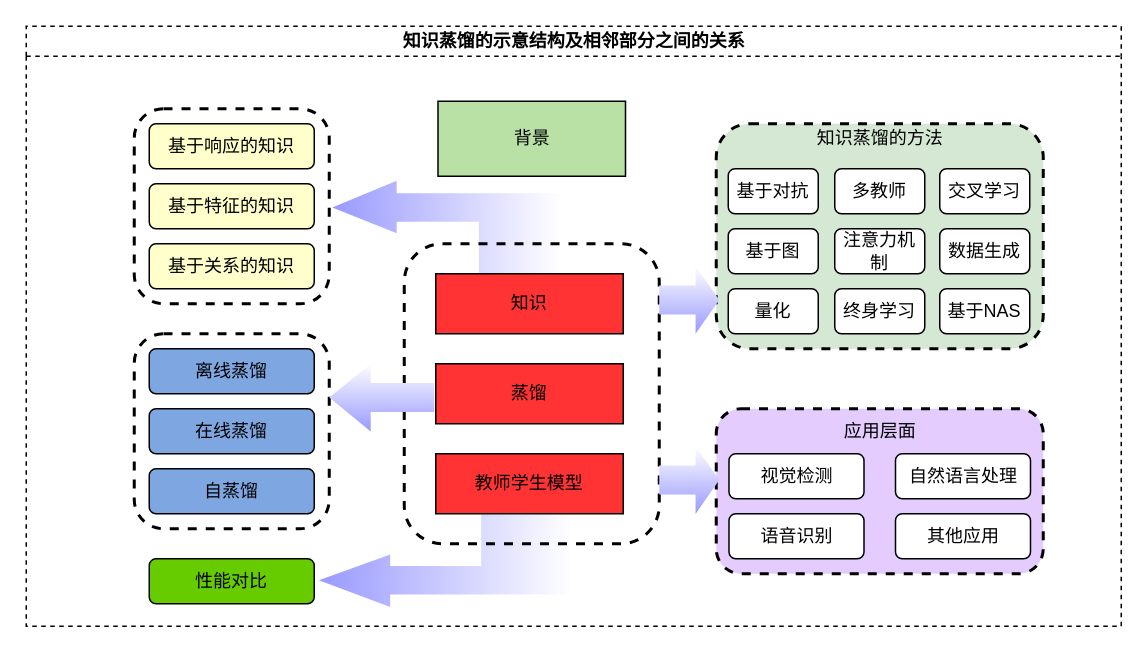
This is KD.drawio from Noeverer/Mindmap, a draw.io file, before an edit. Source tidied: cells renumbered, new cells numbered last; positions are measured from the earlier drawing's top-left corner, leaving out a move shared by most shapes. Both pictures are drawn from the tidied source at 150%, with x=0, y=0 at pixel (26, 26).
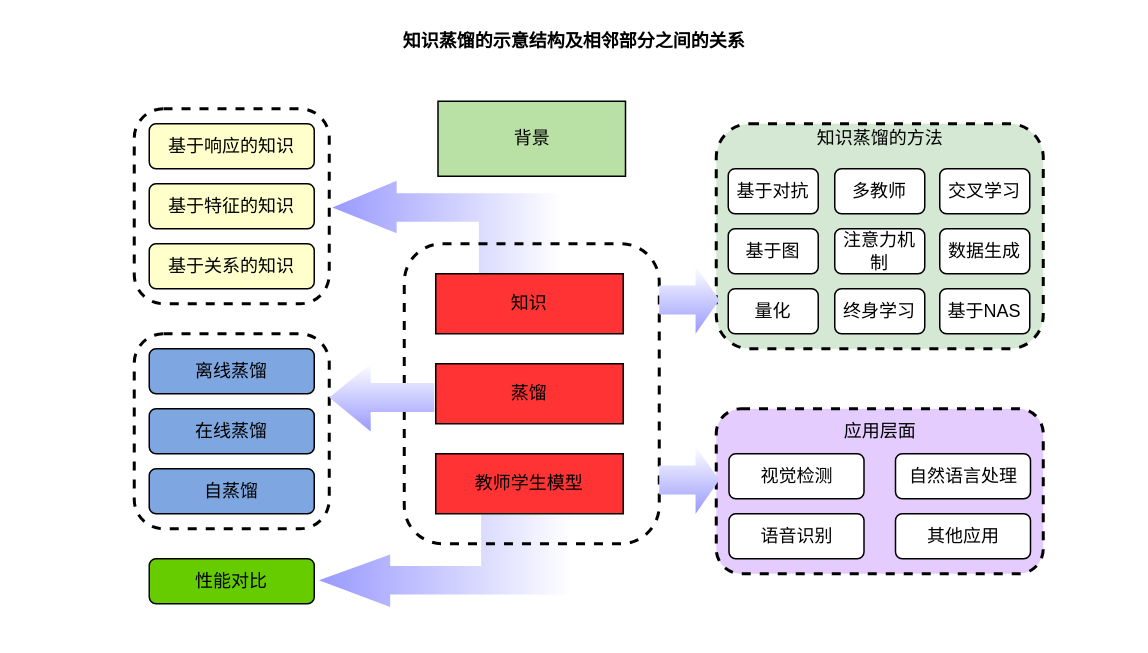
The same page after the edit.

Diff of the diagram source:
```diff
@@
-    <mxCell id="2" value="知识蒸馏的示意结构及相邻部分之间的关系" style="swimlane;html=1;startSize=20;horizontal=1;containerType=tree;glass=0;dashed=1;" parent="1" vertex="1">
+    <mxCell id="2" value="知识蒸馏的示意结构及相邻部分之间的关系" style="swimlane;html=1;startSize=20;horizontal=1;containerType=tree;glass=0;dashed=1;opacity=0;" parent="1" vertex="1">
       <mxGeometry width="730" height="400" as="geometry" />
     </mxCell>
```
